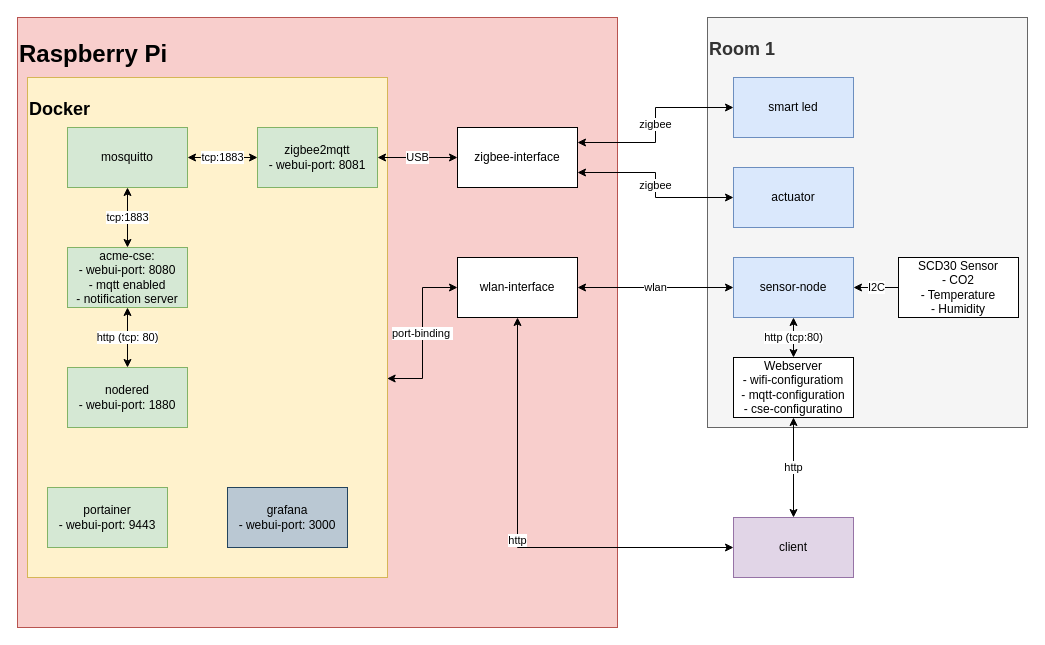
Above: Documentation/Blockschaltbild.drawio in JiriD85/KETI-MIO-AID (draw.io), before the change. Source tidied: cells renumbered, new cells numbered last; positions are measured from the earlier drawing's top-left corner, leaving out a move shared by most shapes. Both pictures are drawn from the tidied source at 100%, with x=0, y=0 at pixel (17, 17).
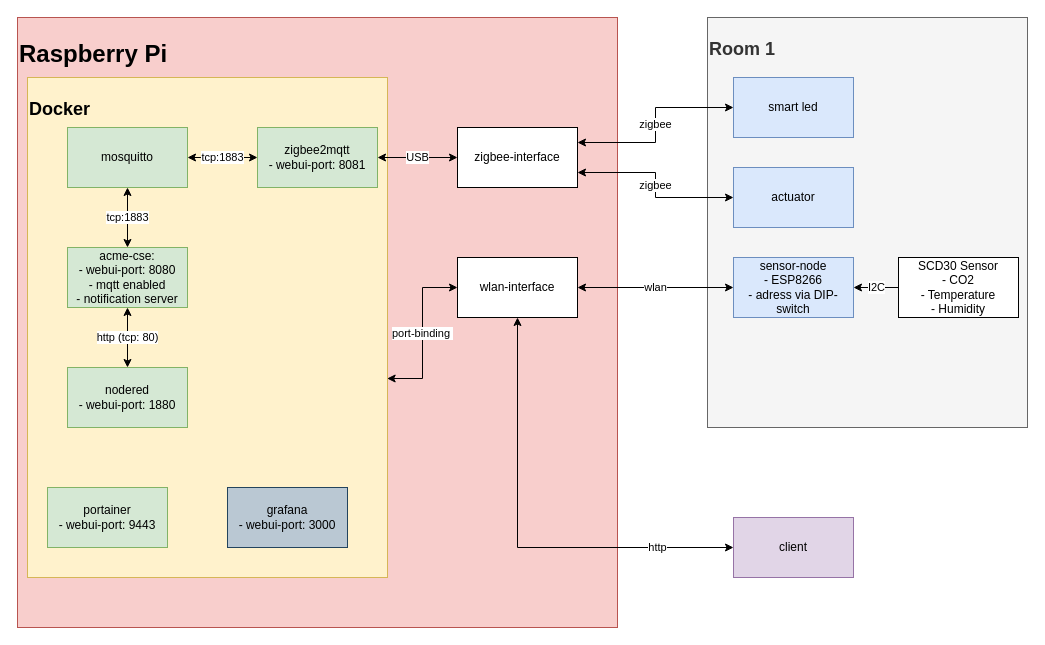
The same diagram, later.

Unchanged cells that the change refers to:
```xml
<mxCell id="28" value="wlan-interface" style="rounded=0;whiteSpace=wrap;html=1;" parent="8" vertex="1">
  <mxGeometry x="440" y="240" width="120" height="60" as="geometry" />
</mxCell>
<mxCell id="33" value="client" style="rounded=0;whiteSpace=wrap;html=1;fillColor=#e1d5e7;strokeColor=#9673a6;" parent="8" vertex="1">
  <mxGeometry x="716" y="500" width="120" height="60" as="geometry" />
</mxCell>
```

The edit, as a diff of the source:
```diff
@@
-    <mxCell id="18" value="sensor-node" style="rounded=0;whiteSpace=wrap;html=1;fillColor=#dae8fc;strokeColor=#6c8ebf;" parent="8" vertex="1">
+    <mxCell id="18" value="sensor-node&lt;br&gt;- ESP8266&lt;br&gt;- adress via DIP-switch" style="rounded=0;whiteSpace=wrap;html=1;fillColor=#dae8fc;strokeColor=#6c8ebf;" parent="8" vertex="1">
       <mxGeometry x="716" y="240" width="120" height="60" as="geometry" />
     </mxCell>
@@
-    <mxCell id="29" value="http (tcp:80)" style="edgeStyle=orthogonalEdgeStyle;rounded=0;jettySize=auto;html=1;exitX=0.5;exitY=0;exitDx=0;exitDy=0;entryX=0.5;entryY=1;entryDx=0;entryDy=0;startArrow=classic;startFill=1;endArrow=classic;endFill=1;" parent="8" edge="1" source="30" target="18">
-      <mxGeometry relative="1" as="geometry" />
-    </mxCell>
-    <mxCell id="30" value="Webserver&lt;br&gt;- wifi-configuratiom&lt;br&gt;- mqtt-configuration&lt;br&gt;- cse-configuratino" style="rounded=0;whiteSpace=wrap;html=1;" parent="8" vertex="1">
-      <mxGeometry x="716" y="340" width="120" height="60" as="geometry" />
-    </mxCell>
     <mxCell id="31" value="http" style="edgeStyle=orthogonalEdgeStyle;rounded=0;jettySize=auto;html=1;exitX=0;exitY=0.5;exitDx=0;exitDy=0;entryX=0.5;entryY=1;entryDx=0;entryDy=0;startArrow=classic;startFill=1;endArrow=classic;endFill=1;" parent="8" edge="1" source="33" target="28">
-      <mxGeometry relative="1" as="geometry" />
+      <mxGeometry x="-0.66" relative="1" as="geometry" />
     </mxCell>
-    <mxCell id="32" value="http" style="edgeStyle=orthogonalEdgeStyle;rounded=0;jettySize=auto;html=1;exitX=0.5;exitY=0;exitDx=0;exitDy=0;entryX=0.5;entryY=1;entryDx=0;entryDy=0;startArrow=classic;startFill=1;endArrow=classic;endFill=1;" parent="8" edge="1" source="33" target="30">
-      <mxGeometry relative="1" as="geometry" />
-    </mxCell>
```
